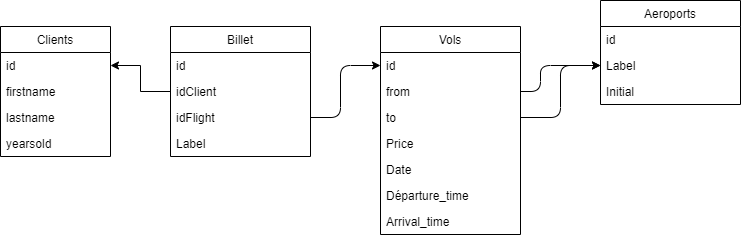
Before: si3-DDistrib/projet/assets/data_model.png, a diagram exported from draw.io (dezoxyr/tp-architecture). Source tidied: cells renumbered, new cells last; positions are measured from the earlier drawing's top-left corner, leaving out a move shared by most shapes. Its diagram source:
```xml
<mxGraphModel>
  <root>
    <mxCell id="0" />
    <mxCell id="1" parent="0" />
    <mxCell id="2" value="Aeroports" style="swimlane;fontStyle=0;horizontal=1;startSize=26;fillColor=none;" parent="1" vertex="1">
      <mxGeometry x="600" width="140" height="104" as="geometry" />
    </mxCell>
    <mxCell id="3" value="id" style="text;strokeColor=none;fillColor=none;align=left;verticalAlign=top;spacingLeft=4;spacingRight=4;overflow=hidden;" parent="2" vertex="1">
      <mxGeometry y="26" width="140" height="26" as="geometry" />
    </mxCell>
    <mxCell id="4" value="Label" style="text;strokeColor=none;fillColor=none;align=left;verticalAlign=top;spacingLeft=4;spacingRight=4;overflow=hidden;points=[[0,0.5],[1,0.5]];portConstraint=eastwest;" parent="2" vertex="1">
      <mxGeometry y="52" width="140" height="26" as="geometry" />
    </mxCell>
    <mxCell id="5" value="Initial" style="text;strokeColor=none;fillColor=none;align=left;verticalAlign=top;spacingLeft=4;spacingRight=4;overflow=hidden;" parent="2" vertex="1">
      <mxGeometry y="78" width="140" height="26" as="geometry" />
    </mxCell>
    <mxCell id="6" value="Vols" style="swimlane;fontStyle=0;horizontal=1;startSize=26;fillColor=none;" parent="1" vertex="1">
      <mxGeometry x="380" y="26" width="140" height="208" as="geometry" />
    </mxCell>
    <mxCell id="7" value="id" style="text;strokeColor=none;fillColor=none;align=left;verticalAlign=top;spacingLeft=4;spacingRight=4;overflow=hidden;points=[[0,0.5],[1,0.5]];portConstraint=eastwest;" parent="6" vertex="1">
      <mxGeometry y="26" width="140" height="26" as="geometry" />
    </mxCell>
    <mxCell id="8" value="from" style="text;strokeColor=none;fillColor=none;align=left;verticalAlign=top;spacingLeft=4;spacingRight=4;overflow=hidden;points=[[0,0.5],[1,0.5]];portConstraint=eastwest;" parent="6" vertex="1">
      <mxGeometry y="52" width="140" height="26" as="geometry" />
    </mxCell>
    <mxCell id="9" value="to" style="text;strokeColor=none;fillColor=none;align=left;verticalAlign=top;spacingLeft=4;spacingRight=4;overflow=hidden;points=[[0,0.5],[1,0.5]];portConstraint=eastwest;" parent="6" vertex="1">
      <mxGeometry y="78" width="140" height="26" as="geometry" />
    </mxCell>
    <mxCell id="10" value="Price" style="text;strokeColor=none;fillColor=none;align=left;verticalAlign=top;spacingLeft=4;spacingRight=4;overflow=hidden;" parent="6" vertex="1">
      <mxGeometry y="104" width="140" height="26" as="geometry" />
    </mxCell>
    <mxCell id="11" value="Date" style="text;strokeColor=none;fillColor=none;align=left;verticalAlign=top;spacingLeft=4;spacingRight=4;overflow=hidden;" parent="6" vertex="1">
      <mxGeometry y="130" width="140" height="26" as="geometry" />
    </mxCell>
    <mxCell id="12" value="Départure_time" style="text;strokeColor=none;fillColor=none;align=left;verticalAlign=top;spacingLeft=4;spacingRight=4;overflow=hidden;" parent="6" vertex="1">
      <mxGeometry y="156" width="140" height="26" as="geometry" />
    </mxCell>
    <mxCell id="13" value="Arrival_time" style="text;strokeColor=none;fillColor=none;align=left;verticalAlign=top;spacingLeft=4;spacingRight=4;overflow=hidden;" parent="6" vertex="1">
      <mxGeometry y="182" width="140" height="26" as="geometry" />
    </mxCell>
    <mxCell id="14" value="Clients" style="swimlane;fontStyle=0;horizontal=1;startSize=26;fillColor=none;" parent="1" vertex="1">
      <mxGeometry y="26" width="110" height="130" as="geometry" />
    </mxCell>
    <mxCell id="15" value="id" style="text;strokeColor=none;fillColor=none;align=left;verticalAlign=top;spacingLeft=4;spacingRight=4;overflow=hidden;points=[[0,0.5],[1,0.5]];portConstraint=eastwest;" parent="14" vertex="1">
      <mxGeometry y="26" width="110" height="26" as="geometry" />
    </mxCell>
    <mxCell id="16" value="firstname" style="text;strokeColor=none;fillColor=none;align=left;verticalAlign=top;spacingLeft=4;spacingRight=4;overflow=hidden;" parent="14" vertex="1">
      <mxGeometry y="52" width="110" height="26" as="geometry" />
    </mxCell>
    <mxCell id="17" value="lastname" style="text;strokeColor=none;fillColor=none;align=left;verticalAlign=top;spacingLeft=4;spacingRight=4;overflow=hidden;" parent="14" vertex="1">
      <mxGeometry y="78" width="110" height="26" as="geometry" />
    </mxCell>
    <mxCell id="18" value="yearsold" style="text;strokeColor=none;fillColor=none;align=left;verticalAlign=top;spacingLeft=4;spacingRight=4;overflow=hidden;" parent="14" vertex="1">
      <mxGeometry y="104" width="110" height="26" as="geometry" />
    </mxCell>
    <mxCell id="19" value="Billet" style="swimlane;fontStyle=0;horizontal=1;startSize=26;fillColor=none;" parent="1" vertex="1">
      <mxGeometry x="170" y="26" width="140" height="130" as="geometry" />
    </mxCell>
    <mxCell id="20" value="id" style="text;strokeColor=none;fillColor=none;align=left;verticalAlign=top;spacingLeft=4;spacingRight=4;overflow=hidden;" parent="19" vertex="1">
      <mxGeometry y="26" width="140" height="26" as="geometry" />
    </mxCell>
    <mxCell id="21" value="idClient" style="text;strokeColor=none;fillColor=none;align=left;verticalAlign=top;spacingLeft=4;spacingRight=4;overflow=hidden;points=[[0,0.5],[1,0.5]];portConstraint=eastwest;" parent="19" vertex="1">
      <mxGeometry y="52" width="140" height="26" as="geometry" />
    </mxCell>
    <mxCell id="22" value="idFlight" style="text;strokeColor=none;fillColor=none;align=left;verticalAlign=top;spacingLeft=4;spacingRight=4;overflow=hidden;points=[[0,0.5],[1,0.5]];portConstraint=eastwest;" parent="19" vertex="1">
      <mxGeometry y="78" width="140" height="26" as="geometry" />
    </mxCell>
    <mxCell id="23" value="Label" style="text;strokeColor=none;fillColor=none;align=left;verticalAlign=top;spacingLeft=4;spacingRight=4;overflow=hidden;" parent="19" vertex="1">
      <mxGeometry y="104" width="140" height="26" as="geometry" />
    </mxCell>
    <mxCell id="24" style="endArrow=classic;html=1;exitX=1;exitY=0.5;exitDx=0;exitDy=0;entryX=0;entryY=0.5;entryDx=0;entryDy=0;" parent="1" edge="1" source="22" target="7">
      <mxGeometry relative="1" as="geometry">
        <Array as="points">
          <mxPoint x="340" y="117" />
          <mxPoint x="340" y="65" />
        </Array>
      </mxGeometry>
    </mxCell>
    <mxCell id="25" style="edgeStyle=orthogonalEdgeStyle;rounded=0;jettySize=auto;html=1;exitX=0;exitY=0.5;exitDx=0;exitDy=0;entryX=1;entryY=0.5;entryDx=0;entryDy=0;" parent="1" edge="1" source="21" target="15">
      <mxGeometry relative="1" as="geometry" />
    </mxCell>
    <mxCell id="26" style="endArrow=classic;html=1;entryX=0;entryY=0.5;entryDx=0;entryDy=0;exitX=1;exitY=0.5;exitDx=0;exitDy=0;" parent="1" edge="1" source="8" target="4">
      <mxGeometry relative="1" as="geometry">
        <Array as="points">
          <mxPoint x="540" y="91" />
          <mxPoint x="540" y="65" />
        </Array>
      </mxGeometry>
    </mxCell>
    <mxCell id="27" style="endArrow=classic;html=1;entryX=0;entryY=0.5;entryDx=0;entryDy=0;exitX=1;exitY=0.5;exitDx=0;exitDy=0;" parent="1" edge="1" source="9" target="4">
      <mxGeometry relative="1" as="geometry">
        <Array as="points">
          <mxPoint x="560" y="117" />
          <mxPoint x="560" y="65" />
        </Array>
      </mxGeometry>
    </mxCell>
  </root>
</mxGraphModel>
```
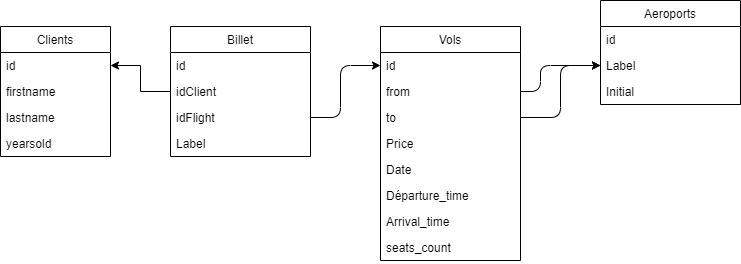
Later version of the same file.

Change to the diagram source:
```diff
@@ -15,7 +15,7 @@
       <mxGeometry y="78" width="140" height="26" as="geometry" />
     </mxCell>
     <mxCell id="6" value="Vols" style="swimlane;fontStyle=0;horizontal=1;startSize=26;fillColor=none;" parent="1" vertex="1">
-      <mxGeometry x="380" y="26" width="140" height="208" as="geometry" />
+      <mxGeometry x="380" y="26" width="140" height="234" as="geometry" />
     </mxCell>
     <mxCell id="7" value="id" style="text;strokeColor=none;fillColor=none;align=left;verticalAlign=top;spacingLeft=4;spacingRight=4;overflow=hidden;points=[[0,0.5],[1,0.5]];portConstraint=eastwest;" parent="6" vertex="1">
       <mxGeometry y="26" width="140" height="26" as="geometry" />
@@ -38,6 +38,9 @@
     <mxCell id="13" value="Arrival_time" style="text;strokeColor=none;fillColor=none;align=left;verticalAlign=top;spacingLeft=4;spacingRight=4;overflow=hidden;" parent="6" vertex="1">
       <mxGeometry y="182" width="140" height="26" as="geometry" />
     </mxCell>
+    <mxCell id="28" value="seats_count" style="text;strokeColor=none;fillColor=none;align=left;verticalAlign=top;spacingLeft=4;spacingRight=4;overflow=hidden;" parent="6" vertex="1">
+      <mxGeometry y="208" width="140" height="26" as="geometry" />
+    </mxCell>
     <mxCell id="14" value="Clients" style="swimlane;fontStyle=0;horizontal=1;startSize=26;fillColor=none;" parent="1" vertex="1">
       <mxGeometry y="26" width="110" height="130" as="geometry" />
     </mxCell>
```
